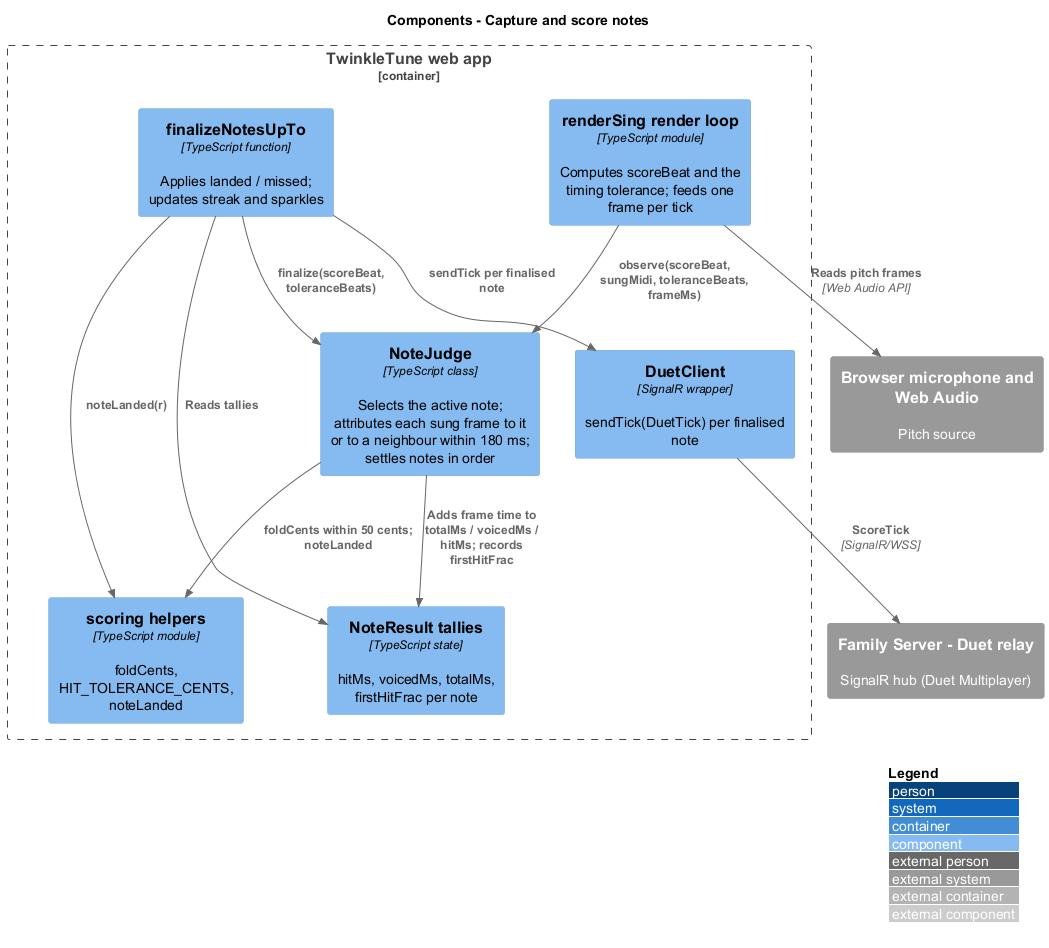
Above: docs/detailed-designs/singing-gameplay/capture-and-score-notes/diagrams/c4-component.png in QuinntyneBrown/TwinkleTune (PlantUML), before the change.
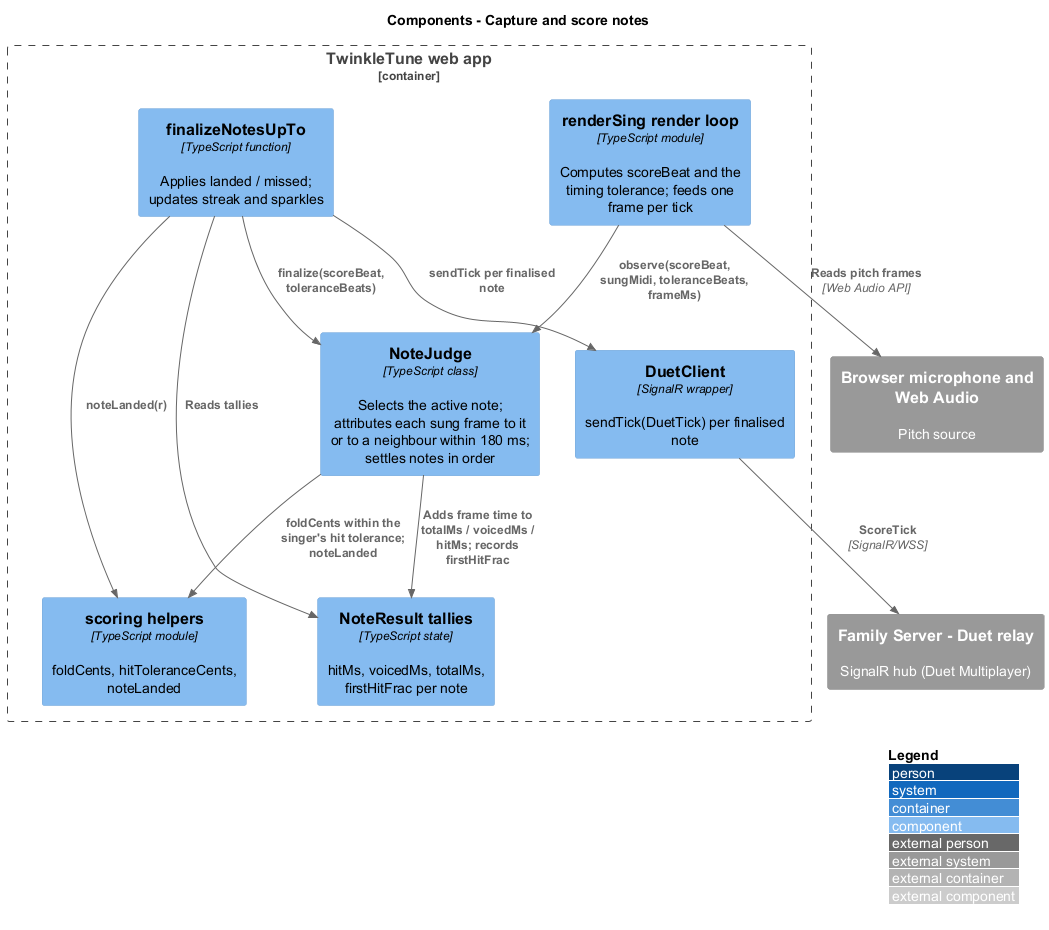
The same diagram one commit later.

The edit, as a diff of the source:
```diff
@@ -7,7 +7,7 @@
   Component(loop, "renderSing render loop", "TypeScript module", "Computes scoreBeat and the timing tolerance; feeds one frame per tick")
   Component(judge, "NoteJudge", "TypeScript class", "Selects the active note; attributes each sung frame to it or to a neighbour within 180 ms; settles notes in order")
   Component(results, "NoteResult tallies", "TypeScript state", "hitMs, voicedMs, totalMs, firstHitFrac per note")
-  Component(scoring, "scoring helpers", "TypeScript module", "foldCents, HIT_TOLERANCE_CENTS, noteLanded")
+  Component(scoring, "scoring helpers", "TypeScript module", "foldCents, hitToleranceCents, noteLanded")
   Component(finalize, "finalizeNotesUpTo", "TypeScript function", "Applies landed / missed; updates streak and sparkles")
   Component(duet, "DuetClient", "SignalR wrapper", "sendTick(DuetTick) per finalised note")
 }
@@ -16,7 +16,7 @@
 
 Rel(loop, mic, "Reads pitch frames", "Web Audio API")
 Rel(loop, judge, "observe(scoreBeat, sungMidi, toleranceBeats, frameMs)")
-Rel(judge, scoring, "foldCents within 50 cents; noteLanded")
+Rel(judge, scoring, "foldCents within the singer's hit tolerance; noteLanded")
 Rel(judge, results, "Adds frame time to totalMs / voicedMs / hitMs; records firstHitFrac")
 Rel(finalize, judge, "finalize(scoreBeat, toleranceBeats)")
 Rel(finalize, results, "Reads tallies")
```
